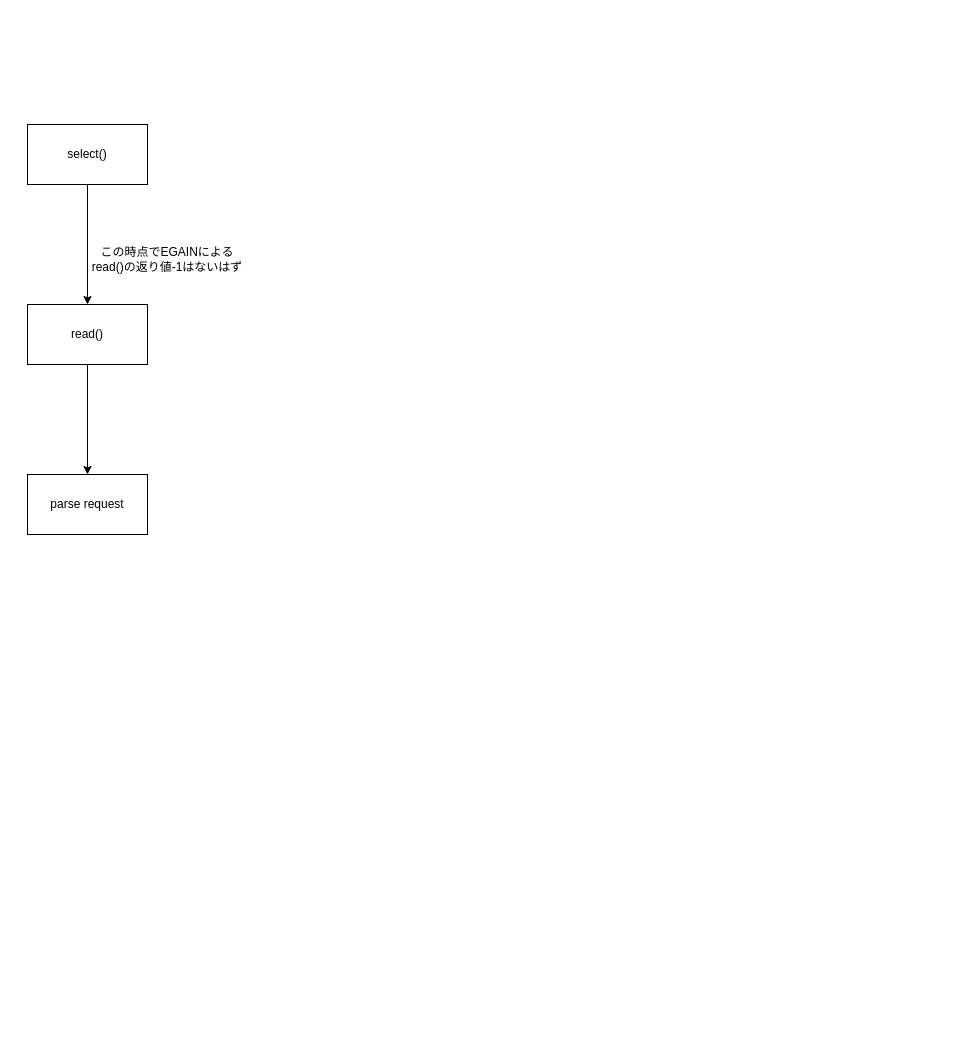
Above: flow.drawio in kohkubo/webserv (draw.io), before the change. Source tidied: cells renumbered, new cells numbered last; positions are measured from the earlier drawing's top-left corner, leaving out a move shared by most shapes. Both pictures are drawn from the tidied source at 100%, with x=0, y=0 at pixel (27, 124).
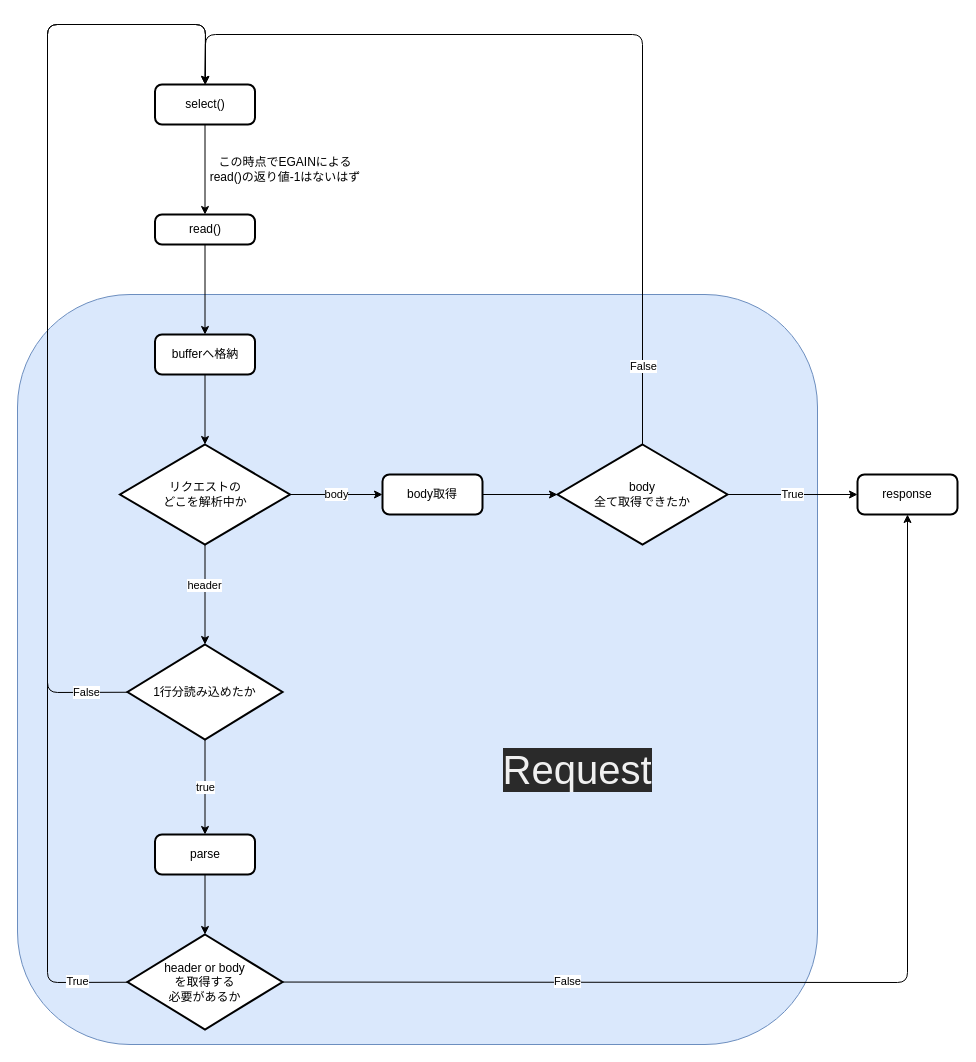
The same page after the edit.

Commit message:
リクエストまとめ

The edit, as a diff of the source:
```diff
@@
+    <mxCell id="8" style="rounded=1;whiteSpace=wrap;html=1;fillColor=#dae8fc;strokeColor=#6c8ebf;" parent="1" vertex="1">
+      <mxGeometry x="-10" y="170" width="800" height="750" as="geometry" />
+    </mxCell>
+    <mxCell id="6" value="この時点でEGAINによる&lt;br&gt;read()の返り値-1はないはず" style="text;html=1;strokeColor=none;fillColor=none;align=center;verticalAlign=middle;whiteSpace=wrap;rounded=0;" parent="1" vertex="1">
+      <mxGeometry x="177.5" y="30" width="160" height="30" as="geometry" />
+    </mxCell>
+    <mxCell id="9" value="true" style="edgeStyle=none;html=1;entryX=0.5;entryY=0;entryDx=0;entryDy=0;strokeColor=#000000;" parent="1" edge="1" source="12" target="15">
+      <mxGeometry relative="1" as="geometry" />
+    </mxCell>
+    <mxCell id="10" style="edgeStyle=none;html=1;entryX=0.5;entryY=0;entryDx=0;entryDy=0;strokeColor=#000000;" parent="1" edge="1" source="12" target="3">
+      <mxGeometry relative="1" as="geometry">
+        <Array as="points">
+          <mxPoint x="20" y="568" />
+          <mxPoint x="20" y="-100" />
+          <mxPoint x="178" y="-100" />
+        </Array>
+      </mxGeometry>
+    </mxCell>
+    <mxCell id="11" value="False" style="edgeLabel;html=1;align=center;verticalAlign=middle;" parent="10" vertex="1">
+      <mxGeometry x="-0.96" y="-3" relative="1" as="geometry">
+        <mxPoint x="-22" y="3" as="offset" />
+      </mxGeometry>
+    </mxCell>
+    <mxCell id="12" value="1行分読み込めたか" style="strokeWidth=2;html=1;shape=mxgraph.flowchart.decision;whiteSpace=wrap;" parent="1" vertex="1">
+      <mxGeometry x="100" y="520" width="155" height="95" as="geometry" />
+    </mxCell>
-    <mxCell id="2" style="edgeStyle=none;html=1;" parent="1" edge="1" source="3" target="5">
+    <mxCell id="2" style="edgeStyle=none;html=1;entryX=0.5;entryY=0;entryDx=0;entryDy=0;strokeColor=#000000;" parent="1" edge="1" source="3" target="5">
       <mxGeometry relative="1" as="geometry" />
     </mxCell>
-    <mxCell id="3" value="select()" style="rounded=0;whiteSpace=wrap;html=1;" parent="1" vertex="1">
-      <mxGeometry width="120" height="60" as="geometry" />
+    <mxCell id="3" value="select()" style="rounded=1;whiteSpace=wrap;html=1;absoluteArcSize=1;arcSize=14;strokeWidth=2;" parent="1" vertex="1">
+      <mxGeometry x="127.5" y="-40" width="100" height="40" as="geometry" />
     </mxCell>
-    <mxCell id="4" style="edgeStyle=none;html=1;" parent="1" edge="1" source="5" target="7">
-      <mxGeometry relative="1" as="geometry" />
-    </mxCell>
+    <mxCell id="13" style="edgeStyle=none;html=1;entryX=0.5;entryY=0;entryDx=0;entryDy=0;strokeColor=#000000;" parent="1" edge="1" source="5" target="17">
+      <mxGeometry relative="1" as="geometry" />
+    </mxCell>
-    <mxCell id="5" value="read()" style="rounded=0;whiteSpace=wrap;html=1;" parent="1" vertex="1">
-      <mxGeometry y="180" width="120" height="60" as="geometry" />
+    <mxCell id="5" value="read()" style="rounded=1;whiteSpace=wrap;html=1;absoluteArcSize=1;arcSize=14;strokeWidth=2;" parent="1" vertex="1">
+      <mxGeometry x="127.5" y="90" width="100" height="30" as="geometry" />
     </mxCell>
-    <mxCell id="6" value="この時点でEGAINによる&lt;br&gt;read()の返り値-1はないはず" style="text;html=1;strokeColor=none;fillColor=none;align=center;verticalAlign=middle;whiteSpace=wrap;rounded=0;" parent="1" vertex="1">
-      <mxGeometry x="60" y="120" width="160" height="30" as="geometry" />
-    </mxCell>
-    <mxCell id="7" value="parse request" style="rounded=0;whiteSpace=wrap;html=1;" parent="1" vertex="1">
-      <mxGeometry y="350" width="120" height="60" as="geometry" />
-    </mxCell>
+    <mxCell id="14" style="edgeStyle=none;html=1;strokeColor=#000000;" parent="1" edge="1" source="15" target="33">
+      <mxGeometry relative="1" as="geometry" />
+    </mxCell>
+    <mxCell id="15" value="parse" style="rounded=1;whiteSpace=wrap;html=1;absoluteArcSize=1;arcSize=14;strokeWidth=2;" parent="1" vertex="1">
+      <mxGeometry x="127.5" y="710" width="100" height="40" as="geometry" />
+    </mxCell>
+    <mxCell id="16" style="edgeStyle=none;html=1;entryX=0.5;entryY=0;entryDx=0;entryDy=0;entryPerimeter=0;strokeColor=#000000;" parent="1" edge="1" source="17" target="21">
+      <mxGeometry relative="1" as="geometry" />
+    </mxCell>
+    <mxCell id="17" value="bufferへ格納" style="rounded=1;whiteSpace=wrap;html=1;absoluteArcSize=1;arcSize=14;strokeWidth=2;" parent="1" vertex="1">
+      <mxGeometry x="127.5" y="210" width="100" height="40" as="geometry" />
+    </mxCell>
+    <mxCell id="18" style="edgeStyle=none;html=1;strokeColor=#000000;" parent="1" edge="1" source="21" target="12">
+      <mxGeometry relative="1" as="geometry" />
+    </mxCell>
+    <mxCell id="19" value="header" style="edgeLabel;html=1;align=center;verticalAlign=middle;" parent="18" vertex="1">
+      <mxGeometry x="-0.2" y="-1" relative="1" as="geometry" />
+    </mxCell>
+    <mxCell id="20" value="body" style="edgeStyle=none;html=1;entryX=0;entryY=0.5;entryDx=0;entryDy=0;strokeColor=#000000;" parent="1" edge="1" source="21" target="23">
+      <mxGeometry relative="1" as="geometry" />
+    </mxCell>
+    <mxCell id="21" value="リクエストの&lt;br&gt;どこを解析中か" style="strokeWidth=2;html=1;shape=mxgraph.flowchart.decision;whiteSpace=wrap;" parent="1" vertex="1">
+      <mxGeometry x="92.5" y="320" width="170" height="100" as="geometry" />
+    </mxCell>
+    <mxCell id="22" style="edgeStyle=none;html=1;strokeColor=#000000;" parent="1" edge="1" source="23" target="27">
+      <mxGeometry relative="1" as="geometry" />
+    </mxCell>
+    <mxCell id="23" value="body取得" style="rounded=1;whiteSpace=wrap;html=1;absoluteArcSize=1;arcSize=14;strokeWidth=2;" parent="1" vertex="1">
+      <mxGeometry x="355" y="350" width="100" height="40" as="geometry" />
+    </mxCell>
+    <mxCell id="24" style="edgeStyle=none;html=1;entryX=0.5;entryY=0;entryDx=0;entryDy=0;strokeColor=#000000;" parent="1" edge="1" source="27" target="3">
+      <mxGeometry relative="1" as="geometry">
+        <Array as="points">
+          <mxPoint x="615" y="-90" />
+          <mxPoint x="178" y="-90" />
+        </Array>
+      </mxGeometry>
+    </mxCell>
+    <mxCell id="25" value="False" style="edgeLabel;html=1;align=center;verticalAlign=middle;" parent="24" vertex="1">
+      <mxGeometry x="-0.6" y="-1" relative="1" as="geometry">
+        <mxPoint x="-1" y="100" as="offset" />
+      </mxGeometry>
+    </mxCell>
+    <mxCell id="26" value="True" style="edgeStyle=none;html=1;strokeColor=#000000;" parent="1" edge="1" source="27" target="28">
+      <mxGeometry relative="1" as="geometry" />
+    </mxCell>
+    <mxCell id="27" value="body&lt;br&gt;全て取得できたか" style="strokeWidth=2;html=1;shape=mxgraph.flowchart.decision;whiteSpace=wrap;" parent="1" vertex="1">
+      <mxGeometry x="530" y="320" width="170" height="100" as="geometry" />
+    </mxCell>
+    <mxCell id="28" value="response" style="rounded=1;whiteSpace=wrap;html=1;absoluteArcSize=1;arcSize=14;strokeWidth=2;" parent="1" vertex="1">
+      <mxGeometry x="830" y="350" width="100" height="40" as="geometry" />
+    </mxCell>
+    <mxCell id="29" style="edgeStyle=none;html=1;entryX=0.5;entryY=1;entryDx=0;entryDy=0;strokeColor=#000000;" parent="1" edge="1" source="33" target="28">
+      <mxGeometry relative="1" as="geometry">
+        <Array as="points">
+          <mxPoint x="880" y="858" />
+        </Array>
+      </mxGeometry>
+    </mxCell>
+    <mxCell id="30" value="False" style="edgeLabel;html=1;align=center;verticalAlign=middle;" parent="29" vertex="1">
+      <mxGeometry x="-0.48" y="1" relative="1" as="geometry" />
+    </mxCell>
+    <mxCell id="31" style="edgeStyle=none;html=1;strokeColor=#000000;" parent="1" edge="1" source="33">
+      <mxGeometry relative="1" as="geometry">
+        <mxPoint x="178" y="-40" as="targetPoint" />
+        <Array as="points">
+          <mxPoint x="20" y="858" />
+          <mxPoint x="20" y="-100" />
+          <mxPoint x="178" y="-100" />
+        </Array>
+      </mxGeometry>
+    </mxCell>
+    <mxCell id="32" value="True" style="edgeLabel;html=1;align=center;verticalAlign=middle;" parent="31" vertex="1">
+      <mxGeometry x="-0.92" y="-1" relative="1" as="geometry" />
+    </mxCell>
+    <mxCell id="33" value="header or body&lt;br&gt;を取得する&lt;br&gt;必要があるか" style="strokeWidth=2;html=1;shape=mxgraph.flowchart.decision;whiteSpace=wrap;" parent="1" vertex="1">
+      <mxGeometry x="100" y="810" width="155" height="95" as="geometry" />
+    </mxCell>
+    <mxCell id="34" value="&lt;span style=&quot;color: rgb(240, 240, 240); font-family: helvetica; font-size: 40px; font-style: normal; font-weight: 400; letter-spacing: normal; text-align: center; text-indent: 0px; text-transform: none; word-spacing: 0px; background-color: rgb(42, 42, 42); display: inline; float: none;&quot;&gt;Request&lt;/span&gt;" style="text;html=1;strokeColor=none;fillColor=none;align=center;verticalAlign=middle;whiteSpace=wrap;rounded=0;fontSize=40;" parent="1" vertex="1">
+      <mxGeometry x="520" y="630" width="60" height="30" as="geometry" />
+    </mxCell>
```
